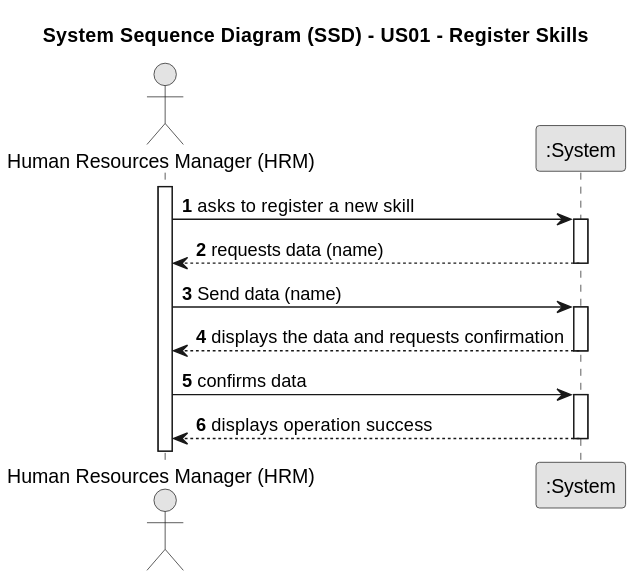
Departamento-de-Engenharia-Informatica/lei-24-s2-1db-g022 keeps this PlantUML diagram as docs/sprintA/us01/01.requirements-engineering/svg/us01-system-sequence-diagram.svg. Above is the earlier version.
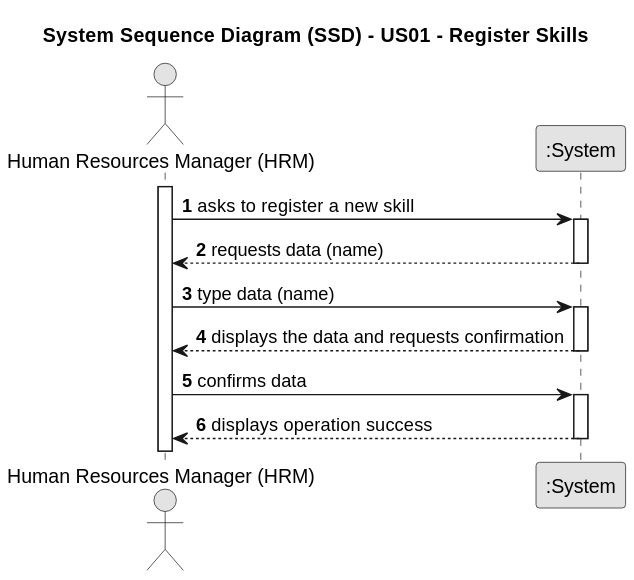
The same diagram one commit later.

Change to the diagram source:
```diff
@@ -18,7 +18,7 @@
         System --> HRM : requests data (name)
     deactivate System
 
-    HRM->System: Send data (name)
+    HRM->System: type data (name)
     activate System
 
         System --> HRM : displays the data and requests confirmation
```
